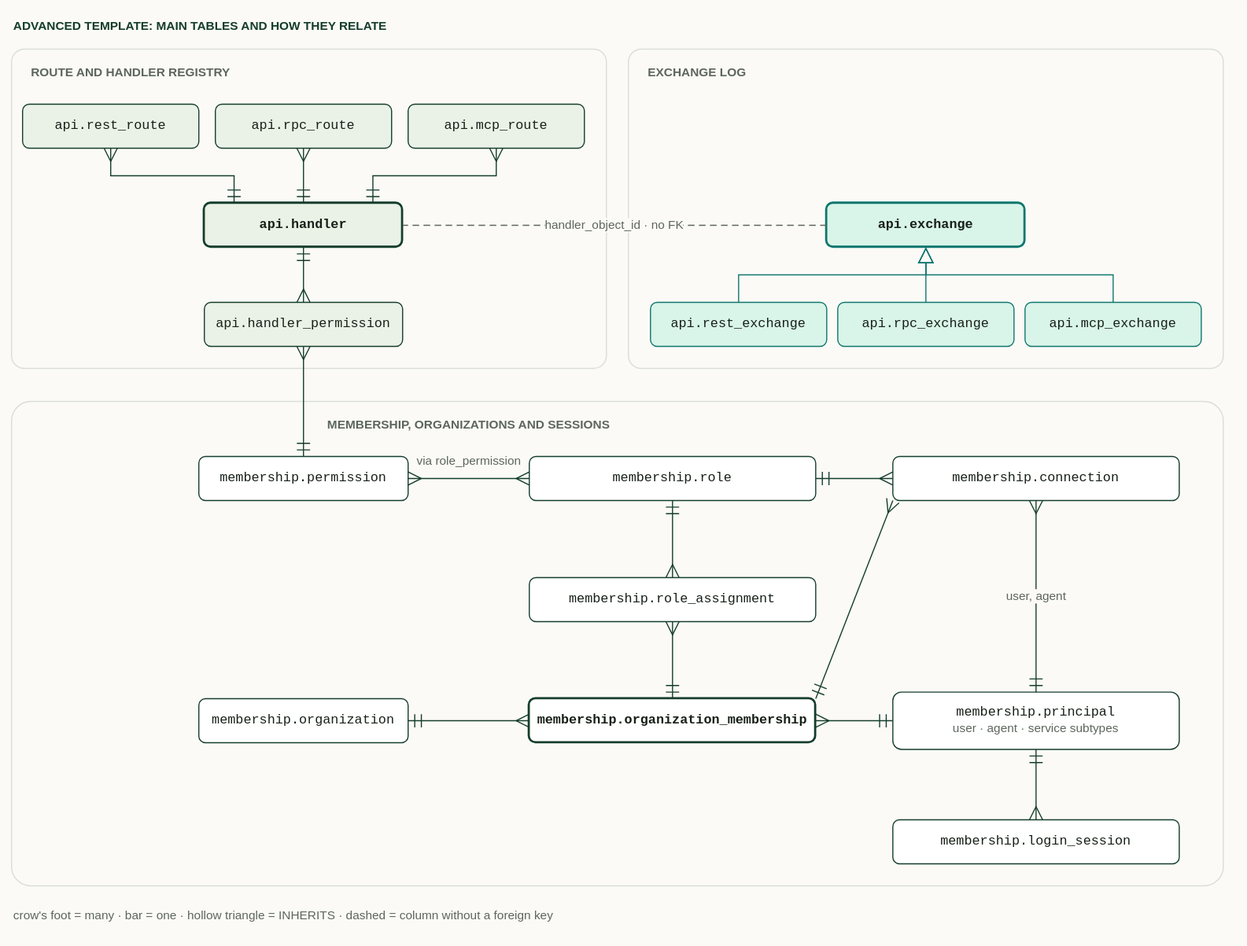
This is docs/diagrams/d19-advanced-data-model.drawio.svg from vvka-141/pgmi, a draw.io export, as it was before one commit. Source tidied: cells renumbered, new cells last; positions are measured from the earlier drawing's top-left corner, leaving out a move shared by most shapes.
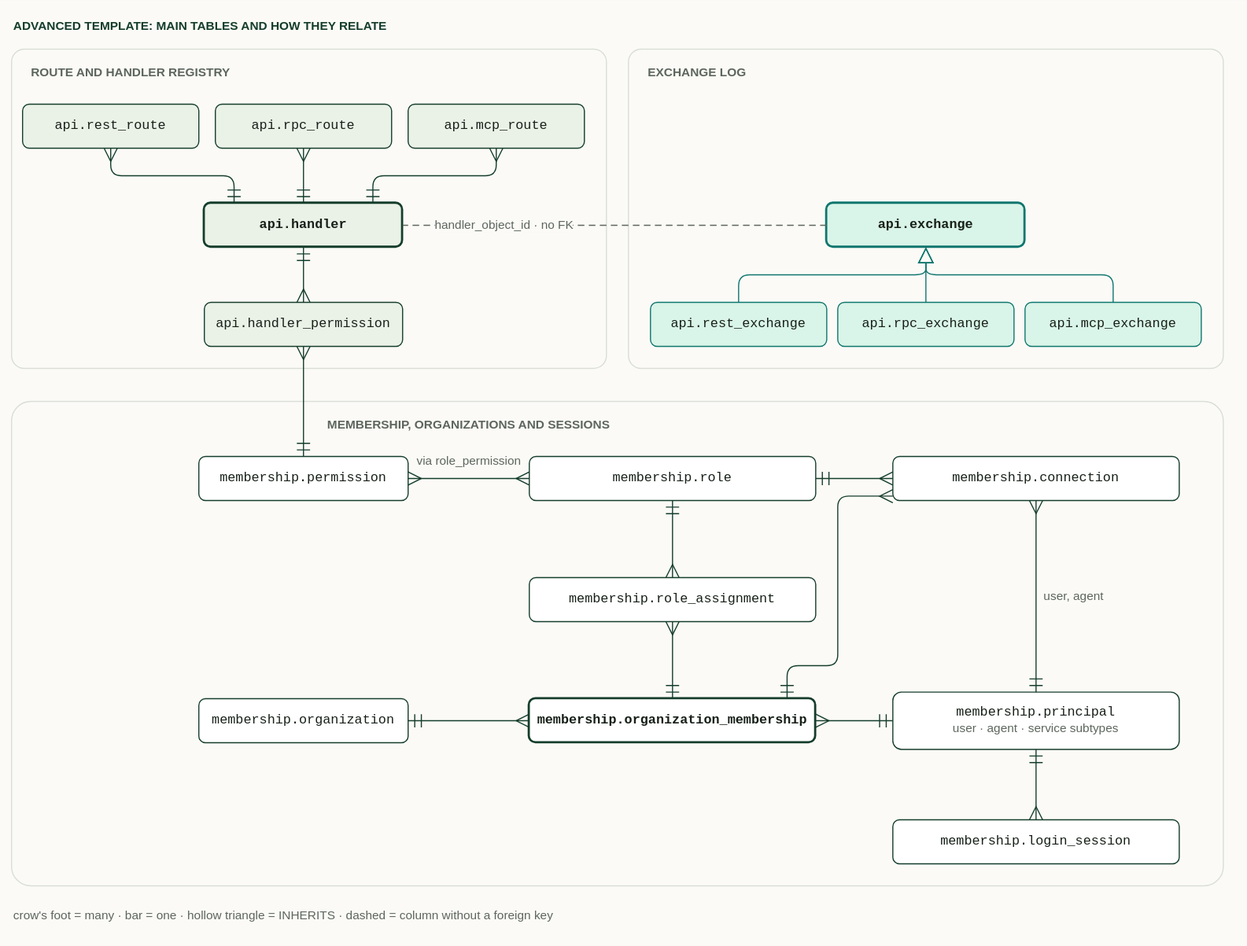
The same diagram one commit later.

The edit, as a diff of the source:
```diff
@@ -74,60 +74,70 @@
     <mxCell id="25" value="membership.login_session" style="fontFamily=Courier New;fontSize=12;fontColor=#172018;rounded=1;whiteSpace=wrap;html=1;fillColor=#ffffff;strokeColor=#143d2b;" parent="1" vertex="1">
       <mxGeometry x="800" y="734" width="260" height="40" as="geometry" />
     </mxCell>
-    <mxCell id="26" style="html=1;fontSize=11;fontColor=#5d665d;labelBackgroundColor=#fbfaf7;endArrow=ERmandOne;startArrow=ERmany;endFill=0;startFill=0;strokeColor=#143d2b;endSize=10;startSize=10;edgeStyle=orthogonalEdgeStyle;rounded=0;exitX=0.5;exitY=1;entryX=0.15;entryY=0;" parent="1" edge="1" source="9" target="12">
+    <mxCell id="26" style="edgeStyle=orthogonalEdgeStyle;rounded=1;html=1;fontSize=11;fontColor=#5d665d;labelBackgroundColor=#fbfaf7;endArrow=ERmandOne;startArrow=ERmany;endFill=0;startFill=0;strokeColor=#143d2b;endSize=10;startSize=10;exitX=0.5;exitY=1;entryX=0.15;entryY=0;" parent="1" edge="1" source="9" target="12">
       <mxGeometry relative="1" as="geometry" />
     </mxCell>
-    <mxCell id="27" style="html=1;fontSize=11;fontColor=#5d665d;labelBackgroundColor=#fbfaf7;endArrow=ERmandOne;startArrow=ERmany;endFill=0;startFill=0;strokeColor=#143d2b;endSize=10;startSize=10;exitX=0.5;exitY=1;entryX=0.5;entryY=0;" parent="1" edge="1" source="10" target="12">
+    <mxCell id="27" style="edgeStyle=orthogonalEdgeStyle;rounded=1;html=1;fontSize=11;fontColor=#5d665d;labelBackgroundColor=#fbfaf7;endArrow=ERmandOne;startArrow=ERmany;endFill=0;startFill=0;strokeColor=#143d2b;endSize=10;startSize=10;exitX=0.5;exitY=1;entryX=0.5;entryY=0;" parent="1" edge="1" source="10" target="12">
       <mxGeometry relative="1" as="geometry" />
     </mxCell>
-    <mxCell id="28" style="html=1;fontSize=11;fontColor=#5d665d;labelBackgroundColor=#fbfaf7;endArrow=ERmandOne;startArrow=ERmany;endFill=0;startFill=0;strokeColor=#143d2b;endSize=10;startSize=10;edgeStyle=orthogonalEdgeStyle;rounded=0;exitX=0.5;exitY=1;entryX=0.85;entryY=0;" parent="1" edge="1" source="11" target="12">
+    <mxCell id="28" style="edgeStyle=orthogonalEdgeStyle;rounded=1;html=1;fontSize=11;fontColor=#5d665d;labelBackgroundColor=#fbfaf7;endArrow=ERmandOne;startArrow=ERmany;endFill=0;startFill=0;strokeColor=#143d2b;endSize=10;startSize=10;exitX=0.5;exitY=1;entryX=0.85;entryY=0;" parent="1" edge="1" source="11" target="12">
       <mxGeometry relative="1" as="geometry" />
     </mxCell>
-    <mxCell id="29" style="html=1;fontSize=11;fontColor=#5d665d;labelBackgroundColor=#fbfaf7;endArrow=ERmandOne;startArrow=ERmany;endFill=0;startFill=0;strokeColor=#143d2b;endSize=10;startSize=10;exitX=0.5;exitY=0;entryX=0.5;entryY=1;" parent="1" edge="1" source="13" target="12">
+    <mxCell id="29" style="edgeStyle=orthogonalEdgeStyle;rounded=1;html=1;fontSize=11;fontColor=#5d665d;labelBackgroundColor=#fbfaf7;endArrow=ERmandOne;startArrow=ERmany;endFill=0;startFill=0;strokeColor=#143d2b;endSize=10;startSize=10;exitX=0.5;exitY=0;entryX=0.5;entryY=1;" parent="1" edge="1" source="13" target="12">
       <mxGeometry relative="1" as="geometry" />
     </mxCell>
-    <mxCell id="30" style="html=1;fontSize=11;fontColor=#5d665d;labelBackgroundColor=#fbfaf7;endArrow=ERmandOne;startArrow=ERmany;endFill=0;startFill=0;strokeColor=#143d2b;endSize=10;startSize=10;exitX=0.5;exitY=1;entryX=0.5;entryY=0;" parent="1" edge="1" source="13" target="18">
+    <mxCell id="30" style="edgeStyle=orthogonalEdgeStyle;rounded=1;html=1;fontSize=11;fontColor=#5d665d;labelBackgroundColor=#fbfaf7;endArrow=ERmandOne;startArrow=ERmany;endFill=0;startFill=0;strokeColor=#143d2b;endSize=10;startSize=10;exitX=0.5;exitY=1;entryX=0.5;entryY=0;" parent="1" edge="1" source="13" target="18">
       <mxGeometry relative="1" as="geometry" />
     </mxCell>
-    <mxCell id="31" value="handler_object_id · no FK" style="html=1;fontSize=11;fontColor=#5d665d;labelBackgroundColor=#fbfaf7;endArrow=none;startArrow=none;dashed=1;dashPattern=6 4;strokeColor=#5d665d;exitX=0;exitY=0.5;entryX=1;entryY=0.5;" parent="1" edge="1" source="14" target="12">
-      <mxGeometry relative="1" as="geometry" />
+    <mxCell id="31" value="handler_object_id · no FK" style="edgeStyle=orthogonalEdgeStyle;rounded=1;html=1;fontSize=11;fontColor=#5d665d;labelBackgroundColor=#fbfaf7;endArrow=none;startArrow=none;dashed=1;dashPattern=6 4;strokeColor=#5d665d;exitX=0;exitY=0.5;entryX=1;entryY=0.5;" parent="1" edge="1" source="14" target="12">
+      <mxGeometry relative="1" as="geometry">
+        <mxPoint x="-100" as="offset" />
+      </mxGeometry>
     </mxCell>
-    <mxCell id="32" style="html=1;fontSize=11;fontColor=#5d665d;labelBackgroundColor=#fbfaf7;endArrow=block;endFill=0;endSize=12;strokeColor=#0f766e;edgeStyle=orthogonalEdgeStyle;rounded=0;exitX=0.5;exitY=0;entryX=0.5;entryY=1;" parent="1" edge="1" source="15" target="14">
+    <mxCell id="32" style="edgeStyle=orthogonalEdgeStyle;rounded=1;html=1;fontSize=11;fontColor=#5d665d;labelBackgroundColor=#fbfaf7;endArrow=block;endFill=0;endSize=12;strokeColor=#0f766e;exitX=0.5;exitY=0;entryX=0.5;entryY=1;" parent="1" edge="1" source="15" target="14">
       <mxGeometry relative="1" as="geometry" />
     </mxCell>
-    <mxCell id="33" style="html=1;fontSize=11;fontColor=#5d665d;labelBackgroundColor=#fbfaf7;endArrow=block;endFill=0;endSize=12;strokeColor=#0f766e;edgeStyle=orthogonalEdgeStyle;rounded=0;exitX=0.5;exitY=0;entryX=0.5;entryY=1;" parent="1" edge="1" source="16" target="14">
+    <mxCell id="33" style="edgeStyle=orthogonalEdgeStyle;rounded=1;html=1;fontSize=11;fontColor=#5d665d;labelBackgroundColor=#fbfaf7;endArrow=block;endFill=0;endSize=12;strokeColor=#0f766e;exitX=0.5;exitY=0;entryX=0.5;entryY=1;" parent="1" edge="1" source="16" target="14">
       <mxGeometry relative="1" as="geometry" />
     </mxCell>
-    <mxCell id="34" style="html=1;fontSize=11;fontColor=#5d665d;labelBackgroundColor=#fbfaf7;endArrow=block;endFill=0;endSize=12;strokeColor=#0f766e;edgeStyle=orthogonalEdgeStyle;rounded=0;exitX=0.5;exitY=0;entryX=0.5;entryY=1;" parent="1" edge="1" source="17" target="14">
+    <mxCell id="34" style="edgeStyle=orthogonalEdgeStyle;rounded=1;html=1;fontSize=11;fontColor=#5d665d;labelBackgroundColor=#fbfaf7;endArrow=block;endFill=0;endSize=12;strokeColor=#0f766e;exitX=0.5;exitY=0;entryX=0.5;entryY=1;" parent="1" edge="1" source="17" target="14">
       <mxGeometry relative="1" as="geometry" />
     </mxCell>
-    <mxCell id="35" value="via role_permission" style="html=1;fontSize=11;fontColor=#5d665d;labelBackgroundColor=#fbfaf7;endArrow=ERmany;startArrow=ERmany;endFill=0;startFill=0;strokeColor=#143d2b;endSize=10;startSize=10;exitX=1;exitY=0.5;entryX=0;entryY=0.5;" parent="1" edge="1" source="18" target="19">
+    <mxCell id="35" value="via role_permission" style="edgeStyle=orthogonalEdgeStyle;rounded=1;html=1;fontSize=11;fontColor=#5d665d;labelBackgroundColor=#fbfaf7;endArrow=ERmany;startArrow=ERmany;endFill=0;startFill=0;strokeColor=#143d2b;endSize=10;startSize=10;exitX=1;exitY=0.5;entryX=0;entryY=0.5;" parent="1" edge="1" source="18" target="19">
       <mxGeometry relative="1" as="geometry">
         <mxPoint y="-16" as="offset" />
       </mxGeometry>
     </mxCell>
-    <mxCell id="36" style="html=1;fontSize=11;fontColor=#5d665d;labelBackgroundColor=#fbfaf7;endArrow=ERmandOne;startArrow=ERmany;endFill=0;startFill=0;strokeColor=#143d2b;endSize=10;startSize=10;exitX=0.5;exitY=0;entryX=0.5;entryY=1;" parent="1" edge="1" source="21" target="19">
+    <mxCell id="36" style="edgeStyle=orthogonalEdgeStyle;rounded=1;html=1;fontSize=11;fontColor=#5d665d;labelBackgroundColor=#fbfaf7;endArrow=ERmandOne;startArrow=ERmany;endFill=0;startFill=0;strokeColor=#143d2b;endSize=10;startSize=10;exitX=0.5;exitY=0;entryX=0.5;entryY=1;" parent="1" edge="1" source="21" target="19">
       <mxGeometry relative="1" as="geometry" />
     </mxCell>
-    <mxCell id="37" style="html=1;fontSize=11;fontColor=#5d665d;labelBackgroundColor=#fbfaf7;endArrow=ERmandOne;startArrow=ERmany;endFill=0;startFill=0;strokeColor=#143d2b;endSize=10;startSize=10;exitX=0.5;exitY=1;entryX=0.5;entryY=0;" parent="1" edge="1" source="21" target="23">
+    <mxCell id="37" style="edgeStyle=orthogonalEdgeStyle;rounded=1;html=1;fontSize=11;fontColor=#5d665d;labelBackgroundColor=#fbfaf7;endArrow=ERmandOne;startArrow=ERmany;endFill=0;startFill=0;strokeColor=#143d2b;endSize=10;startSize=10;exitX=0.5;exitY=1;entryX=0.5;entryY=0;" parent="1" edge="1" source="21" target="23">
       <mxGeometry relative="1" as="geometry" />
     </mxCell>
-    <mxCell id="38" style="html=1;fontSize=11;fontColor=#5d665d;labelBackgroundColor=#fbfaf7;endArrow=ERmandOne;startArrow=ERmany;endFill=0;startFill=0;strokeColor=#143d2b;endSize=10;startSize=10;exitX=0;exitY=0.5;entryX=1;entryY=0.5;" parent="1" edge="1" source="23" target="22">
+    <mxCell id="38" style="edgeStyle=orthogonalEdgeStyle;rounded=1;html=1;fontSize=11;fontColor=#5d665d;labelBackgroundColor=#fbfaf7;endArrow=ERmandOne;startArrow=ERmany;endFill=0;startFill=0;strokeColor=#143d2b;endSize=10;startSize=10;exitX=0;exitY=0.5;entryX=1;entryY=0.5;" parent="1" edge="1" source="23" target="22">
       <mxGeometry relative="1" as="geometry" />
     </mxCell>
-    <mxCell id="39" style="html=1;fontSize=11;fontColor=#5d665d;labelBackgroundColor=#fbfaf7;endArrow=ERmandOne;startArrow=ERmany;endFill=0;startFill=0;strokeColor=#143d2b;endSize=10;startSize=10;exitX=1;exitY=0.5;entryX=0;entryY=0.5;" parent="1" edge="1" source="23" target="24">
+    <mxCell id="39" style="edgeStyle=orthogonalEdgeStyle;rounded=1;html=1;fontSize=11;fontColor=#5d665d;labelBackgroundColor=#fbfaf7;endArrow=ERmandOne;startArrow=ERmany;endFill=0;startFill=0;strokeColor=#143d2b;endSize=10;startSize=10;exitX=1;exitY=0.5;entryX=0;entryY=0.5;" parent="1" edge="1" source="23" target="24">
       <mxGeometry relative="1" as="geometry" />
     </mxCell>
-    <mxCell id="40" style="html=1;fontSize=11;fontColor=#5d665d;labelBackgroundColor=#fbfaf7;endArrow=ERmandOne;startArrow=ERmany;endFill=0;startFill=0;strokeColor=#143d2b;endSize=10;startSize=10;exitX=0;exitY=0.5;entryX=1;entryY=0.5;" parent="1" edge="1" source="20" target="19">
+    <mxCell id="40" style="edgeStyle=orthogonalEdgeStyle;rounded=1;html=1;fontSize=11;fontColor=#5d665d;labelBackgroundColor=#fbfaf7;endArrow=ERmandOne;startArrow=ERmany;endFill=0;startFill=0;strokeColor=#143d2b;endSize=10;startSize=10;exitX=0;exitY=0.5;entryX=1;entryY=0.5;" parent="1" edge="1" source="20" target="19">
       <mxGeometry relative="1" as="geometry" />
     </mxCell>
-    <mxCell id="41" value="user, agent" style="html=1;fontSize=11;fontColor=#5d665d;labelBackgroundColor=#fbfaf7;endArrow=ERmandOne;startArrow=ERmany;endFill=0;startFill=0;strokeColor=#143d2b;endSize=10;startSize=10;exitX=0.5;exitY=1;entryX=0.5;entryY=0;" parent="1" edge="1" source="20" target="24">
-      <mxGeometry relative="1" as="geometry" />
+    <mxCell id="41" value="user, agent" style="edgeStyle=orthogonalEdgeStyle;rounded=1;html=1;fontSize=11;fontColor=#5d665d;labelBackgroundColor=#fbfaf7;endArrow=ERmandOne;startArrow=ERmany;endFill=0;startFill=0;strokeColor=#143d2b;endSize=10;startSize=10;exitX=0.5;exitY=1;entryX=0.5;entryY=0;" parent="1" edge="1" source="20" target="24">
+      <mxGeometry relative="1" as="geometry">
+        <mxPoint x="34" as="offset" />
+      </mxGeometry>
     </mxCell>
-    <mxCell id="42" style="html=1;fontSize=11;fontColor=#5d665d;labelBackgroundColor=#fbfaf7;endArrow=ERmandOne;startArrow=ERmany;endFill=0;startFill=0;strokeColor=#143d2b;endSize=10;startSize=10;exitX=0;exitY=1;entryX=1;entryY=0;" parent="1" edge="1" source="20" target="23">
-      <mxGeometry relative="1" as="geometry" />
+    <mxCell id="42" style="edgeStyle=orthogonalEdgeStyle;rounded=1;html=1;fontSize=11;fontColor=#5d665d;labelBackgroundColor=#fbfaf7;endArrow=ERmandOne;startArrow=ERmany;endFill=0;startFill=0;strokeColor=#143d2b;endSize=10;startSize=10;exitX=0;exitY=0.9;entryX=0.9;entryY=0;" parent="1" edge="1" source="20" target="23">
+      <mxGeometry relative="1" as="geometry">
+        <Array as="points">
+          <mxPoint x="750" y="440" />
+          <mxPoint x="750" y="594" />
+          <mxPoint x="704" y="594" />
+        </Array>
+      </mxGeometry>
     </mxCell>
-    <mxCell id="43" style="html=1;fontSize=11;fontColor=#5d665d;labelBackgroundColor=#fbfaf7;endArrow=ERmandOne;startArrow=ERmany;endFill=0;startFill=0;strokeColor=#143d2b;endSize=10;startSize=10;exitX=0.5;exitY=0;entryX=0.5;entryY=1;" parent="1" edge="1" source="25" target="24">
+    <mxCell id="43" style="edgeStyle=orthogonalEdgeStyle;rounded=1;html=1;fontSize=11;fontColor=#5d665d;labelBackgroundColor=#fbfaf7;endArrow=ERmandOne;startArrow=ERmany;endFill=0;startFill=0;strokeColor=#143d2b;endSize=10;startSize=10;exitX=0.5;exitY=0;entryX=0.5;entryY=1;" parent="1" edge="1" source="25" target="24">
       <mxGeometry relative="1" as="geometry" />
     </mxCell>
     <mxCell id="44" value="crow's foot = many · bar = one · hollow triangle = INHERITS · dashed = column without a foreign key" style="text;html=1;align=left;fontSize=11;fontColor=#5d665d;" parent="1" vertex="1">
```
